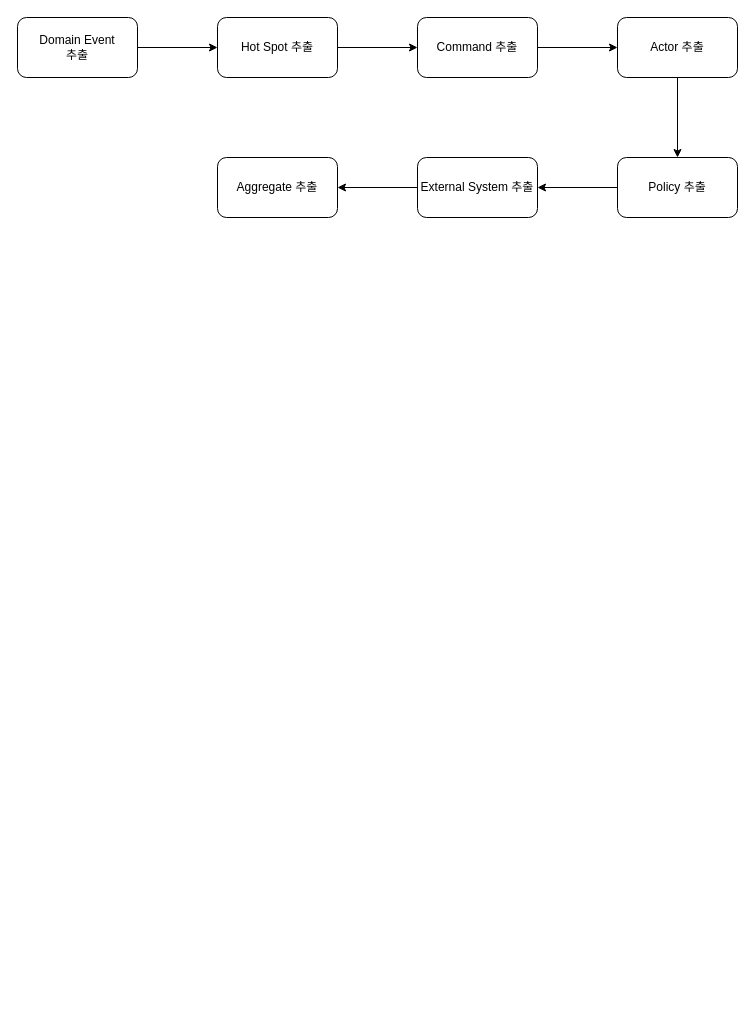
Above: 01.개인공부/DDD_과정.drawio in CodingGamePlayer/CodingGamePlayer (draw.io), before the change. Source tidied: cells renumbered, new cells numbered last; positions are measured from the earlier drawing's top-left corner, leaving out a move shared by most shapes. Both pictures are drawn from the tidied source at 100%, with x=0, y=0 at pixel (17, 17).
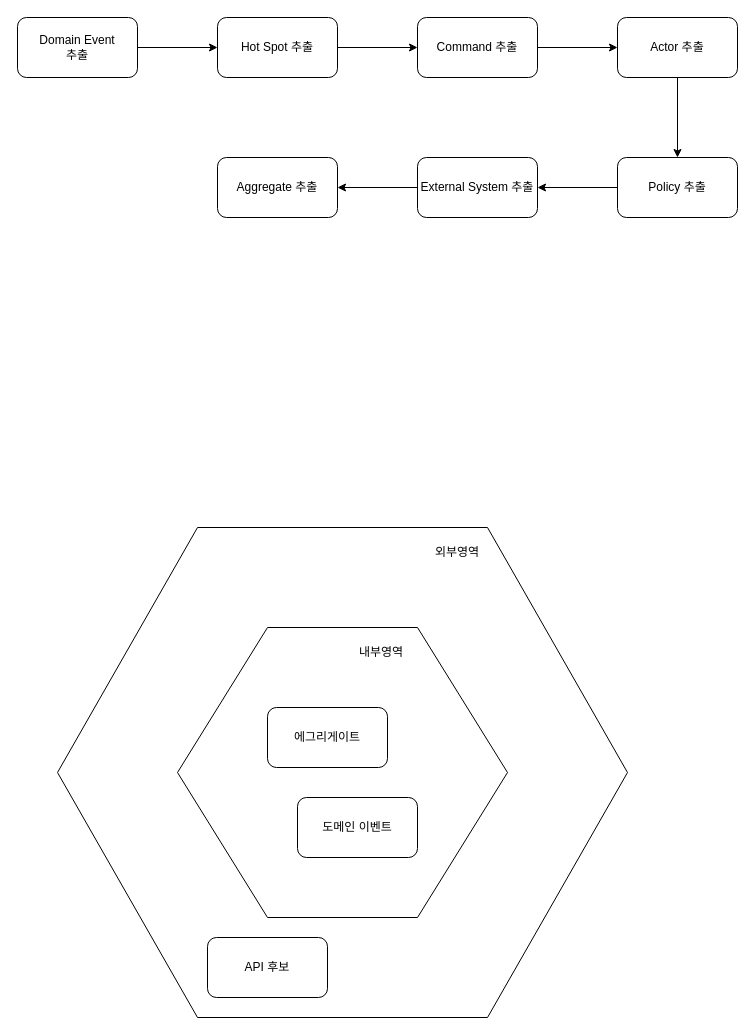
After the change.

Commit message (it also covers changes not shown here):
DDD_과정.drawio 업데이트

What changed in the source:
```diff
@@
+    <mxCell id="15" style="shape=hexagon;perimeter=hexagonPerimeter2;whiteSpace=wrap;html=1;fixedSize=1;size=140;" parent="1" vertex="1">
+      <mxGeometry x="40" y="510" width="570" height="490" as="geometry" />
+    </mxCell>
+    <mxCell id="16" style="shape=hexagon;perimeter=hexagonPerimeter2;whiteSpace=wrap;html=1;fixedSize=1;size=90;" parent="1" vertex="1">
+      <mxGeometry x="160" y="610" width="330" height="290" as="geometry" />
+    </mxCell>
+    <mxCell id="17" value="에그리게이트" style="rounded=1;whiteSpace=wrap;html=1;" parent="1" vertex="1">
+      <mxGeometry x="250" y="690" width="120" height="60" as="geometry" />
+    </mxCell>
+    <mxCell id="18" value="도메인 이벤트" style="rounded=1;whiteSpace=wrap;html=1;" parent="1" vertex="1">
+      <mxGeometry x="280" y="780" width="120" height="60" as="geometry" />
+    </mxCell>
+    <mxCell id="19" value="API 후보" style="rounded=1;whiteSpace=wrap;html=1;" parent="1" vertex="1">
+      <mxGeometry x="190" y="920" width="120" height="60" as="geometry" />
+    </mxCell>
+    <mxCell id="20" value="내부영역" style="text;html=1;align=center;verticalAlign=middle;whiteSpace=wrap;rounded=0;" parent="1" vertex="1">
+      <mxGeometry x="334" y="620" width="60" height="30" as="geometry" />
+    </mxCell>
+    <mxCell id="21" value="외부영역" style="text;html=1;align=center;verticalAlign=middle;whiteSpace=wrap;rounded=0;" parent="1" vertex="1">
+      <mxGeometry x="410" y="520" width="60" height="30" as="geometry" />
+    </mxCell>
```
